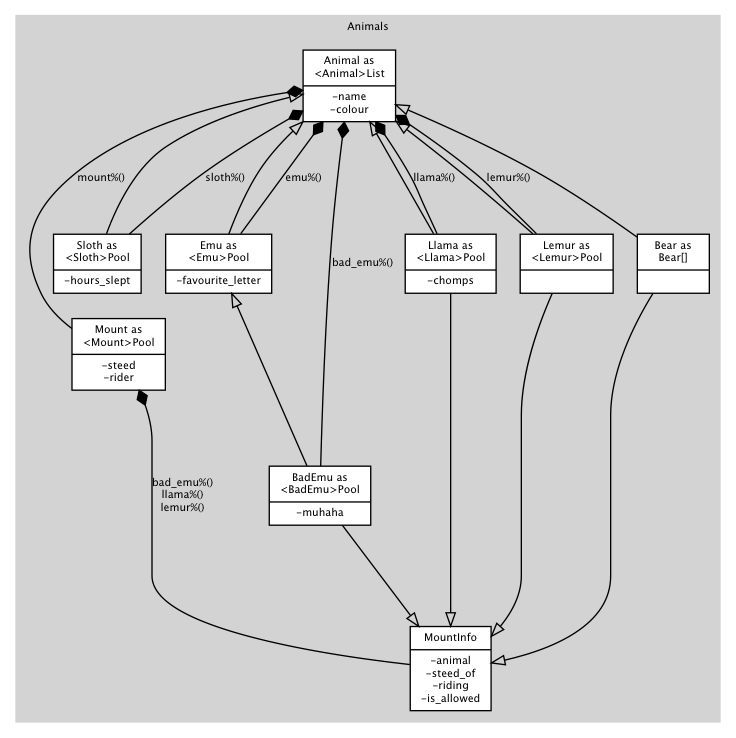
This is doc/Animals.png from neil-edelman/boxes, a Graphviz export, as it was before one commit. Its source is kept beside it as Animals.gv. Source of this version:
```dot
digraph {
	fontname = "Bitstream Vera Sans";
	fontsize = 8;
	node [
		fontname = "Bitstream Vera Sans",
		fontsize = 8,
		shape = "record"
	];
	edge [
		fontname = "Bitstream Vera Sans",
		fontsize = 8,
	];
	subgraph cluster_Animals {
		label = "Animals";
		style = filled;
		color = lightgrey;
		node [style = filled, fillcolor = white];

		Animal [ label = "{Animal as\n\<Animal\>List|-name\n-colour}" ];
		Mount [ label = "{Mount as\n\<Mount\>Pool|-steed\n-rider}" ]
		MountInfo [label="{MountInfo|-animal\n-steed_of\n-riding\n-is_allowed}"]
		Sloth [ label = "{Sloth as\n\<Sloth\>Pool|-hours_slept}" ];
		Emu [ label = "{Emu as\n\<Emu\>Pool|-favourite_letter}"];
		BadEmu [label="{BadEmu as\n\<BadEmu\>Pool|-muhaha}"];
		Llama [label="{Llama as\n\<Llama\>Pool|-chomps}"];
		Lemur [label="{Lemur as\n\<Lemur\>Pool|}"];
		Bear [label="{Bear as\nBear[]|}"];

		{ rank = same; Sloth; Emu; Llama; Lemur; Bear; }

		# inheritance (nested {struct}s)
		edge [ arrowtail = "onormal", dir = back ];
		Animal -> Sloth;
		Animal -> Emu -> BadEmu;
		Animal -> Llama;
		Animal ->Lemur;
		Animal -> Bear;
		edge [ arrowhead = "onormal", dir = forward ];
		BadEmu -> MountInfo;
		Llama -> MountInfo;
		Lemur -> MountInfo;
		Bear -> MountInfo;

		# composition
		# when the memory changes locations due to a {realloc}
		# \each == _migrate
		edge [ arrowtail = "diamond", dir = back ];
		Animal -> Sloth [ label = "sloth%()" ];
		Animal -> Emu  [ label = "emu%()" ];
		Animal -> BadEmu [ label = "bad_emu%()" ];
		Animal -> Llama [ label = "llama%()" ];
		Animal -> Lemur [ label = "lemur%()" ];
		Mount -> MountInfo [ label = "bad_emu%()\nllama%()\nlemur%()" ];
		Animal -> Mount [ label = "mount%()" ];
	}
}
```
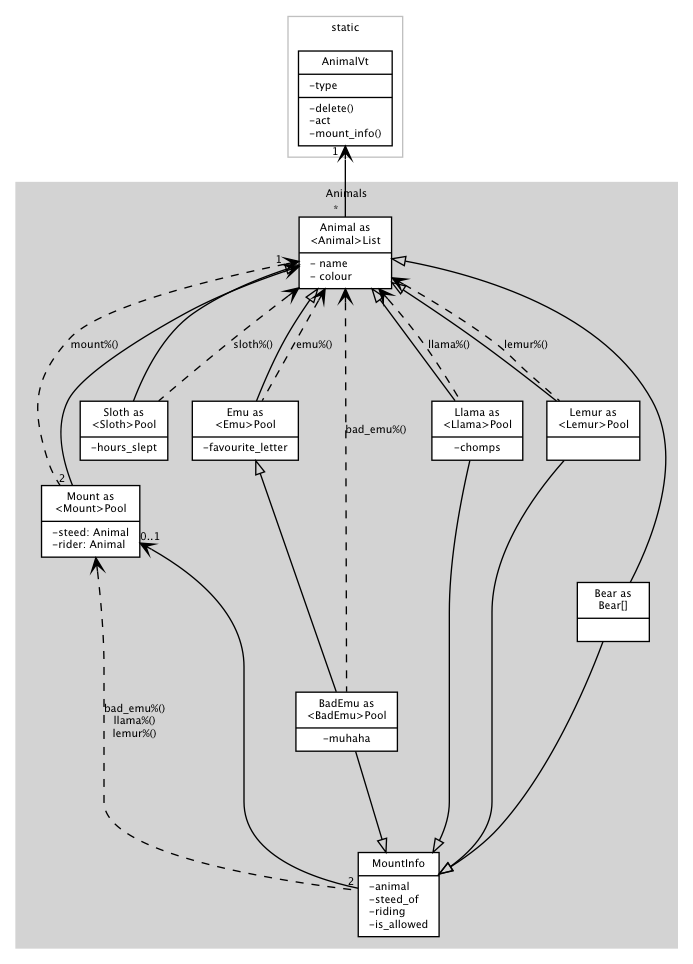
Above is the later version.

Change to the diagram source:
```diff
@@ -4,21 +4,27 @@
 	node [
 		fontname = "Bitstream Vera Sans",
 		fontsize = 8,
-		shape = "record"
+		shape = record
 	];
 	edge [
 		fontname = "Bitstream Vera Sans",
 		fontsize = 8,
 	];
+	subgraph cluster_AnimalVt {
+		label = "static";
+		color = grey;
+		fillcolor = clear;
+		AnimalVt [ label = "{AnimalVt|-type\l|-delete()\l-act\l-mount_info()\l}" ];
+	}
 	subgraph cluster_Animals {
 		label = "Animals";
 		style = filled;
 		color = lightgrey;
 		node [style = filled, fillcolor = white];
 
-		Animal [ label = "{Animal as\n\<Animal\>List|-name\n-colour}" ];
-		Mount [ label = "{Mount as\n\<Mount\>Pool|-steed\n-rider}" ]
-		MountInfo [label="{MountInfo|-animal\n-steed_of\n-riding\n-is_allowed}"]
+		Animal [ label = "{Animal as\n\<Animal\>List|- name\l- colour\l}" ];
+		Mount [ label = "{Mount as\n\<Mount\>Pool|-steed: Animal\l-rider: Animal\l}" ]
+		MountInfo [label="{MountInfo|-animal\l-steed_of\l-riding\l-is_allowed\l}"]
 		Sloth [ label = "{Sloth as\n\<Sloth\>Pool|-hours_slept}" ];
 		Emu [ label = "{Emu as\n\<Emu\>Pool|-favourite_letter}"];
 		BadEmu [label="{BadEmu as\n\<BadEmu\>Pool|-muhaha}"];
@@ -26,25 +32,25 @@
 		Lemur [label="{Lemur as\n\<Lemur\>Pool|}"];
 		Bear [label="{Bear as\nBear[]|}"];
 
-		{ rank = same; Sloth; Emu; Llama; Lemur; Bear; }
+		#{ rank = same; Sloth; Emu; Llama; Lemur; Bear; }
 
 		# inheritance (nested {struct}s)
-		edge [ arrowtail = "onormal", dir = back ];
+		edge [ arrowtail = empty, dir = back ];
 		Animal -> Sloth;
 		Animal -> Emu -> BadEmu;
 		Animal -> Llama;
 		Animal ->Lemur;
 		Animal -> Bear;
-		edge [ arrowhead = "onormal", dir = forward ];
+		edge [ arrowhead = empty, dir = forward ];
 		BadEmu -> MountInfo;
 		Llama -> MountInfo;
 		Lemur -> MountInfo;
 		Bear -> MountInfo;
 
-		# composition
-		# when the memory changes locations due to a {realloc}
+		# dependancy (migrate functions)
 		# \each == _migrate
-		edge [ arrowtail = "diamond", dir = back ];
+		#edge [ arrowtail = diamond, dir = back ];
+		edge [ arrowtail = vee, dir = back, style = dashed ]
 		Animal -> Sloth [ label = "sloth%()" ];
 		Animal -> Emu  [ label = "emu%()" ];
 		Animal -> BadEmu [ label = "bad_emu%()" ];
@@ -52,5 +58,11 @@
 		Animal -> Lemur [ label = "lemur%()" ];
 		Mount -> MountInfo [ label = "bad_emu%()\nllama%()\nlemur%()" ];
 		Animal -> Mount [ label = "mount%()" ];
+
+		# association (pointers)
+		edge [ arrowtail = vee, dir = back, style = normal ];
+		AnimalVt -> Animal [ headlabel = "*  ", taillabel = "  1  " ];
+		Mount -> MountInfo [ headlabel = "2 ", taillabel = "0..1" ];
+		Animal -> Mount [ headlabel = " 2  ", taillabel = "1     " ];
 	}
 }
```
